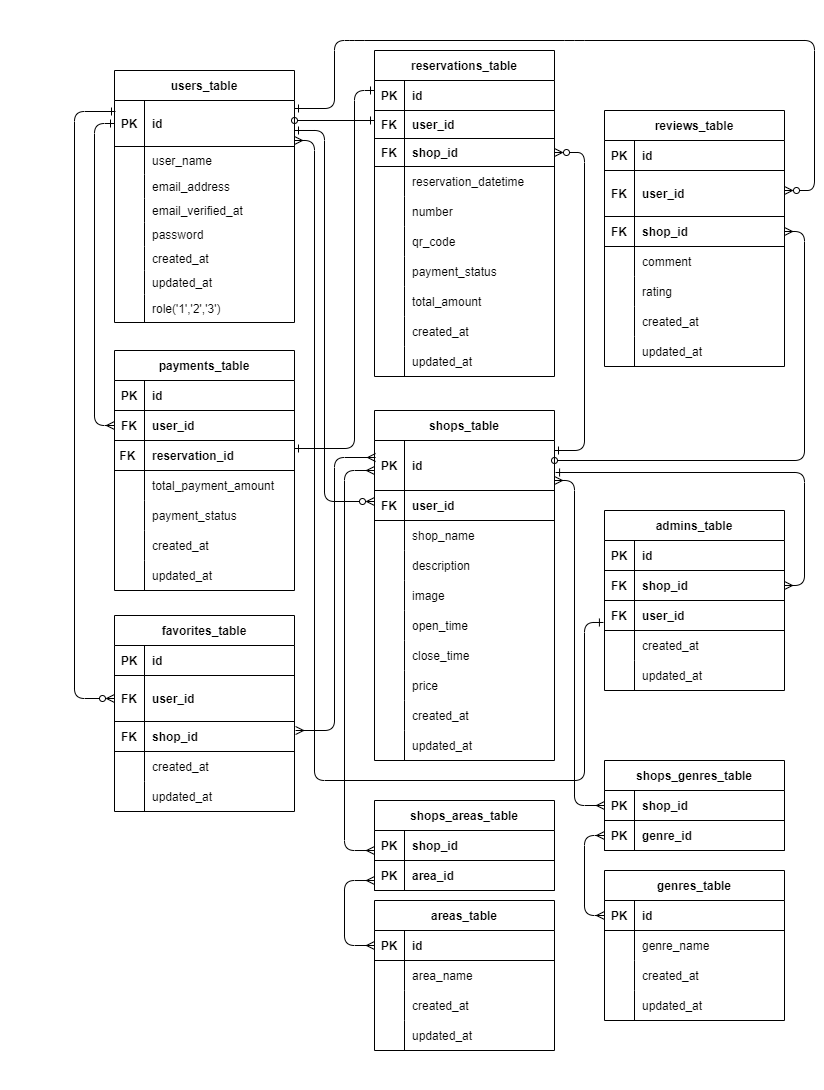
The draw.io diagram src/rese.drawio.png in ponponmama/20240713-erika_hara-rese, before a commit. Source tidied: cells renumbered, new cells last; positions are measured from the earlier drawing's top-left corner, leaving out a move shared by most shapes.
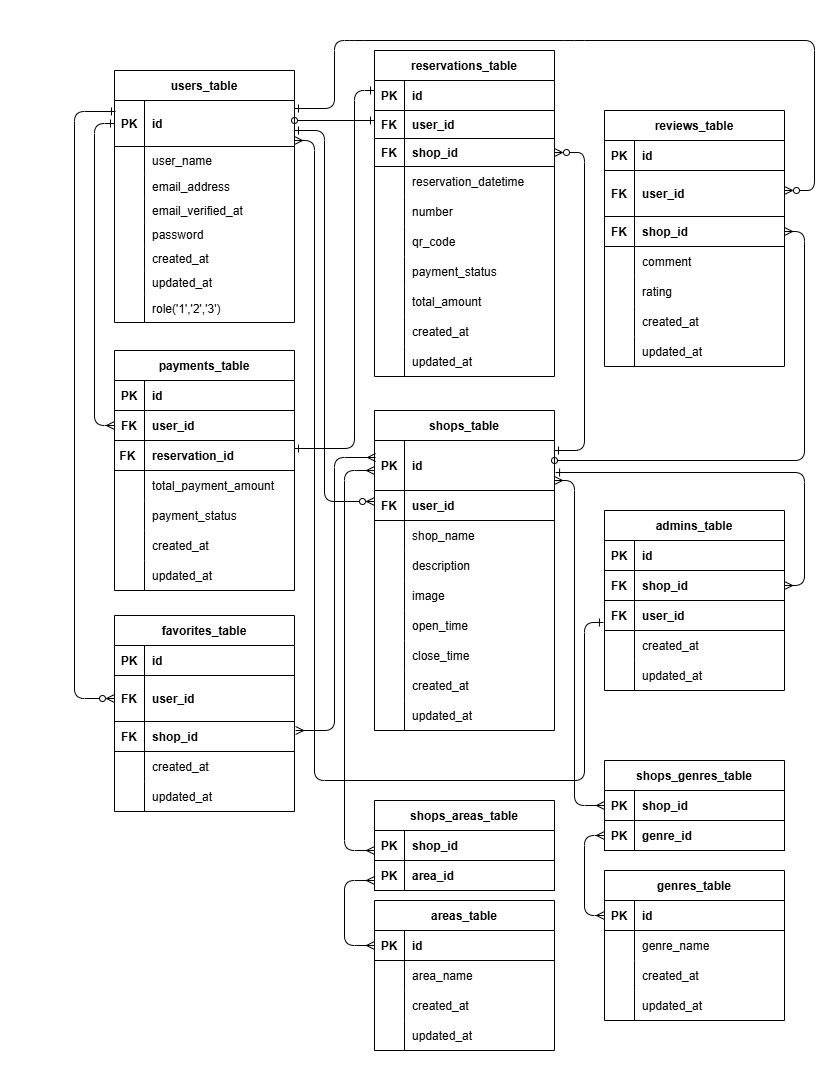
Above is the later version.

Diff of the diagram source:
```diff
@@ -383,7 +383,7 @@
       </mxGeometry>
     </mxCell>
     <mxCell id="121" value="shops_table" style="shape=table;startSize=30;rowLines=0;fontStyle=1;align=center;strokeColor=#000000;strokeWidth=1;fontColor=#000000;fillColor=none;" parent="1" vertex="1">
-      <mxGeometry x="374" y="410" width="180" height="350" as="geometry" />
+      <mxGeometry x="374" y="410" width="180" height="320" as="geometry" />
     </mxCell>
     <mxCell id="122" style="shape=tableRow;horizontal=0;startSize=0;swimlaneHead=0;swimlaneBody=0;fillColor=none;points=[[0,0.5],[1,0.5]];portConstraint=eastwest;top=0;left=0;right=0;bottom=1;strokeColor=#000000;strokeWidth=1;fontColor=#000000;" parent="121" vertex="1">
       <mxGeometry y="30" width="180" height="50" as="geometry" />
@@ -448,17 +448,8 @@
     <mxCell id="142" value="close_time" style="shape=partialRectangle;fillColor=none;top=0;left=0;bottom=0;right=0;align=left;spacingLeft=6;overflow=hidden;fontColor=#000000;strokeColor=#000000;strokeWidth=1;" parent="140" vertex="1">
       <mxGeometry x="30" width="150" height="30" as="geometry" />
     </mxCell>
-    <mxCell id="143" style="shape=tableRow;horizontal=0;startSize=0;swimlaneHead=0;swimlaneBody=0;fillColor=none;top=0;left=0;right=0;bottom=0;strokeColor=#000000;strokeWidth=1;fontColor=#000000;" parent="121" vertex="1">
-      <mxGeometry y="260" width="180" height="30" as="geometry" />
-    </mxCell>
-    <mxCell id="144" style="shape=partialRectangle;fillColor=none;top=0;left=0;bottom=0;right=0;overflow=hidden;fontColor=#000000;strokeColor=#000000;strokeWidth=1;" parent="143" vertex="1">
-      <mxGeometry width="30" height="30" as="geometry" />
-    </mxCell>
-    <mxCell id="145" value="price" style="shape=partialRectangle;fillColor=none;top=0;left=0;bottom=0;right=0;align=left;spacingLeft=6;overflow=hidden;fontColor=#000000;strokeColor=#000000;strokeWidth=1;" parent="143" vertex="1">
-      <mxGeometry x="30" width="150" height="30" as="geometry" />
-    </mxCell>
     <mxCell id="146" style="shape=tableRow;horizontal=0;startSize=0;swimlaneHead=0;swimlaneBody=0;fillColor=none;top=0;left=0;right=0;bottom=0;strokeColor=#000000;strokeWidth=1;fontColor=#000000;" parent="121" vertex="1">
-      <mxGeometry y="290" width="180" height="30" as="geometry" />
+      <mxGeometry y="260" width="180" height="30" as="geometry" />
     </mxCell>
     <mxCell id="147" style="shape=partialRectangle;fillColor=none;top=0;left=0;bottom=0;right=0;overflow=hidden;fontColor=#000000;strokeColor=#000000;strokeWidth=1;" parent="146" vertex="1">
       <mxGeometry width="30" height="30" as="geometry" />
@@ -467,7 +458,7 @@
       <mxGeometry x="30" width="150" height="30" as="geometry" />
     </mxCell>
     <mxCell id="149" style="shape=tableRow;horizontal=0;startSize=0;swimlaneHead=0;swimlaneBody=0;fillColor=none;top=0;left=0;right=0;bottom=0;strokeColor=#000000;strokeWidth=1;fontColor=#000000;" parent="121" vertex="1">
-      <mxGeometry y="320" width="180" height="30" as="geometry" />
+      <mxGeometry y="290" width="180" height="30" as="geometry" />
     </mxCell>
     <mxCell id="150" style="shape=partialRectangle;fillColor=none;top=0;left=0;bottom=0;right=0;overflow=hidden;fontColor=#000000;strokeColor=#000000;strokeWidth=1;" parent="149" vertex="1">
       <mxGeometry width="30" height="30" as="geometry" />
```
